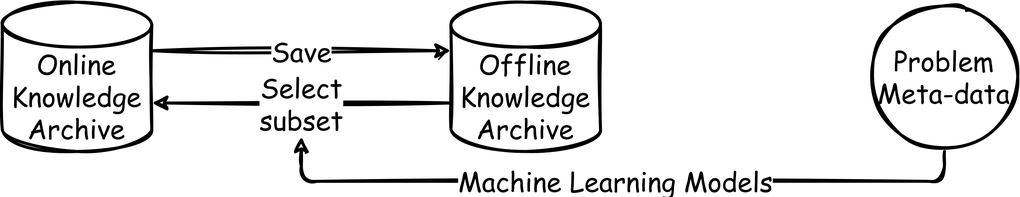
Earlier version of the draw.io export img-readme/detailed-on-off.png (Y1fanHE/kdps-arm). Source tidied: cells renumbered, new cells last; positions are measured from the earlier drawing's top-left corner, leaving out a move shared by most shapes.
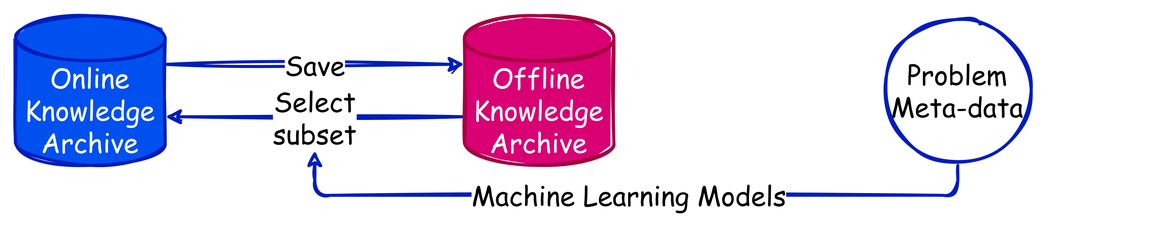
The same file after the commit.

Change to the diagram source:
```diff
@@ -2,29 +2,35 @@
   <root>
     <mxCell id="0" />
     <mxCell id="1" parent="0" />
-    <mxCell id="2" value="Save" style="edgeStyle=orthogonalEdgeStyle;rounded=1;sketch=1;jettySize=auto;html=1;fontFamily=Comic Sans MS;fontSize=18;strokeWidth=2;exitX=1;exitY=0;exitDx=0;exitDy=32.5;exitPerimeter=0;entryX=0;entryY=0;entryDx=0;entryDy=32.5;entryPerimeter=0;" parent="1" edge="1" source="3" target="5">
-      <mxGeometry relative="1" as="geometry" />
+    <mxCell id="2" style="group;" parent="1" vertex="1">
+      <mxGeometry x="-10" y="40" width="780" height="150" as="geometry" />
     </mxCell>
-    <mxCell id="3" value="&lt;div style=&quot;font-size: 18px&quot;&gt;Online&lt;/div&gt;&lt;div style=&quot;font-size: 18px&quot;&gt;Knowledge&lt;/div&gt;&lt;div style=&quot;font-size: 18px&quot;&gt;Archive&lt;/div&gt;" style="shape=cylinder3;whiteSpace=wrap;html=1;boundedLbl=1;backgroundOutline=1;size=15;fontFamily=Comic Sans MS;fontSize=18;sketch=1;strokeWidth=2;" parent="1" vertex="1">
-      <mxGeometry width="100" height="100" as="geometry" />
+    <mxCell id="3" style="rounded=0;whiteSpace=wrap;html=1;strokeColor=none;fillColor=none;" parent="2" vertex="1">
+      <mxGeometry width="780" height="150" as="geometry" />
     </mxCell>
-    <mxCell id="4" value="&lt;div&gt;Select&lt;/div&gt;&lt;div&gt;subset&lt;/div&gt;" style="edgeStyle=orthogonalEdgeStyle;rounded=1;sketch=1;jettySize=auto;html=1;fontFamily=Comic Sans MS;fontSize=18;strokeWidth=2;exitX=0;exitY=0;exitDx=0;exitDy=67.5;exitPerimeter=0;entryX=1;entryY=0;entryDx=0;entryDy=67.5;entryPerimeter=0;" parent="1" edge="1" source="5" target="3">
-      <mxGeometry relative="1" as="geometry" />
+    <mxCell id="4" value="&lt;div style=&quot;font-size: 18px&quot;&gt;Online&lt;/div&gt;&lt;div style=&quot;font-size: 18px&quot;&gt;Knowledge&lt;/div&gt;&lt;div style=&quot;font-size: 18px&quot;&gt;Archive&lt;/div&gt;" style="shape=cylinder3;whiteSpace=wrap;html=1;boundedLbl=1;backgroundOutline=1;size=15;fontFamily=Comic Sans MS;fontSize=18;sketch=1;strokeWidth=2;fillColor=#0050ef;fontColor=#ffffff;strokeColor=#001DBC;fillStyle=solid;" parent="2" vertex="1">
+      <mxGeometry x="10" y="10" width="100" height="100" as="geometry" />
     </mxCell>
-    <mxCell id="5" value="&lt;div style=&quot;font-size: 18px&quot;&gt;Offline&lt;/div&gt;&lt;div style=&quot;font-size: 18px&quot;&gt;Knowledge&lt;/div&gt;&lt;div style=&quot;font-size: 18px&quot;&gt;Archive&lt;/div&gt;" style="shape=cylinder3;whiteSpace=wrap;html=1;boundedLbl=1;backgroundOutline=1;size=15;fontFamily=Comic Sans MS;fontSize=18;sketch=1;strokeWidth=2;" parent="1" vertex="1">
-      <mxGeometry x="300" width="100" height="100" as="geometry" />
+    <mxCell id="5" value="&lt;div&gt;Select&lt;/div&gt;&lt;div&gt;subset&lt;/div&gt;" style="edgeStyle=orthogonalEdgeStyle;rounded=1;sketch=1;jettySize=auto;html=1;fontFamily=Comic Sans MS;fontSize=18;strokeWidth=2;exitX=0;exitY=0;exitDx=0;exitDy=67.5;exitPerimeter=0;entryX=1;entryY=0;entryDx=0;entryDy=67.5;entryPerimeter=0;fillColor=#0050ef;strokeColor=#001DBC;" parent="2" edge="1" source="6" target="4">
+      <mxGeometry relative="1" as="geometry" />
     </mxCell>
-    <mxCell id="6" value="Machine Learning Models" style="edgeStyle=orthogonalEdgeStyle;rounded=1;sketch=1;jettySize=auto;html=1;fontFamily=Comic Sans MS;fontSize=18;strokeWidth=2;exitX=0.5;exitY=1;exitDx=0;exitDy=0;" parent="1" edge="1" source="7">
-      <mxGeometry relative="1" as="geometry">
-        <mxPoint x="200" y="90" as="targetPoint" />
-        <Array as="points">
-          <mxPoint x="630" y="120" />
-          <mxPoint x="200" y="120" />
-        </Array>
-      </mxGeometry>
+    <mxCell id="6" value="&lt;div style=&quot;font-size: 18px&quot;&gt;Offline&lt;/div&gt;&lt;div style=&quot;font-size: 18px&quot;&gt;Knowledge&lt;/div&gt;&lt;div style=&quot;font-size: 18px&quot;&gt;Archive&lt;/div&gt;" style="shape=cylinder3;whiteSpace=wrap;html=1;boundedLbl=1;backgroundOutline=1;size=15;fontFamily=Comic Sans MS;fontSize=18;sketch=1;strokeWidth=2;fillColor=#d80073;fontColor=#ffffff;strokeColor=#A50040;fillStyle=solid;" parent="2" vertex="1">
+      <mxGeometry x="310" y="10" width="100" height="100" as="geometry" />
     </mxCell>
-    <mxCell id="7" value="&lt;div style=&quot;font-size: 18px&quot;&gt;Problem&lt;br style=&quot;font-size: 18px&quot;&gt;&lt;/div&gt;&lt;div style=&quot;font-size: 18px&quot;&gt;Meta-data&lt;br&gt;&lt;/div&gt;" style="ellipse;whiteSpace=wrap;html=1;rounded=1;sketch=1;fontFamily=Comic Sans MS;fillStyle=solid;fontStyle=0;fontSize=18;strokeWidth=2;" parent="1" vertex="1">
-      <mxGeometry x="580" width="100" height="100" as="geometry" />
+    <mxCell id="7" value="Save" style="edgeStyle=orthogonalEdgeStyle;rounded=1;sketch=1;jettySize=auto;html=1;fontFamily=Comic Sans MS;fontSize=18;strokeWidth=2;exitX=1;exitY=0;exitDx=0;exitDy=32.5;exitPerimeter=0;entryX=0;entryY=0;entryDx=0;entryDy=32.5;entryPerimeter=0;fillColor=#0050ef;strokeColor=#001DBC;" parent="2" edge="1" source="4" target="6">
+      <mxGeometry relative="1" as="geometry" />
     </mxCell>
+    <mxCell id="8" value="Machine Learning Models" style="edgeStyle=orthogonalEdgeStyle;rounded=1;sketch=1;jettySize=auto;html=1;fontFamily=Comic Sans MS;fontSize=18;strokeWidth=2;exitX=0.5;exitY=1;exitDx=0;exitDy=0;fillColor=#0050ef;strokeColor=#001DBC;" parent="2" edge="1" source="9">
+      <mxGeometry relative="1" as="geometry">
+        <mxPoint x="210" y="100" as="targetPoint" />
+        <Array as="points">
+          <mxPoint x="640" y="130" />
+          <mxPoint x="210" y="130" />
+        </Array>
+      </mxGeometry>
+    </mxCell>
+    <mxCell id="9" value="&lt;div style=&quot;font-size: 18px&quot;&gt;Problem&lt;br style=&quot;font-size: 18px&quot;&gt;&lt;/div&gt;&lt;div style=&quot;font-size: 18px&quot;&gt;Meta-data&lt;br&gt;&lt;/div&gt;" style="ellipse;whiteSpace=wrap;html=1;rounded=1;sketch=1;fontFamily=Comic Sans MS;fillStyle=solid;fontStyle=0;fontSize=18;strokeWidth=2;fillColor=none;fontColor=default;strokeColor=#001DBC;" parent="2" vertex="1">
+      <mxGeometry x="590" y="10" width="100" height="100" as="geometry" />
+    </mxCell>
   </root>
 </mxGraphModel>
```
